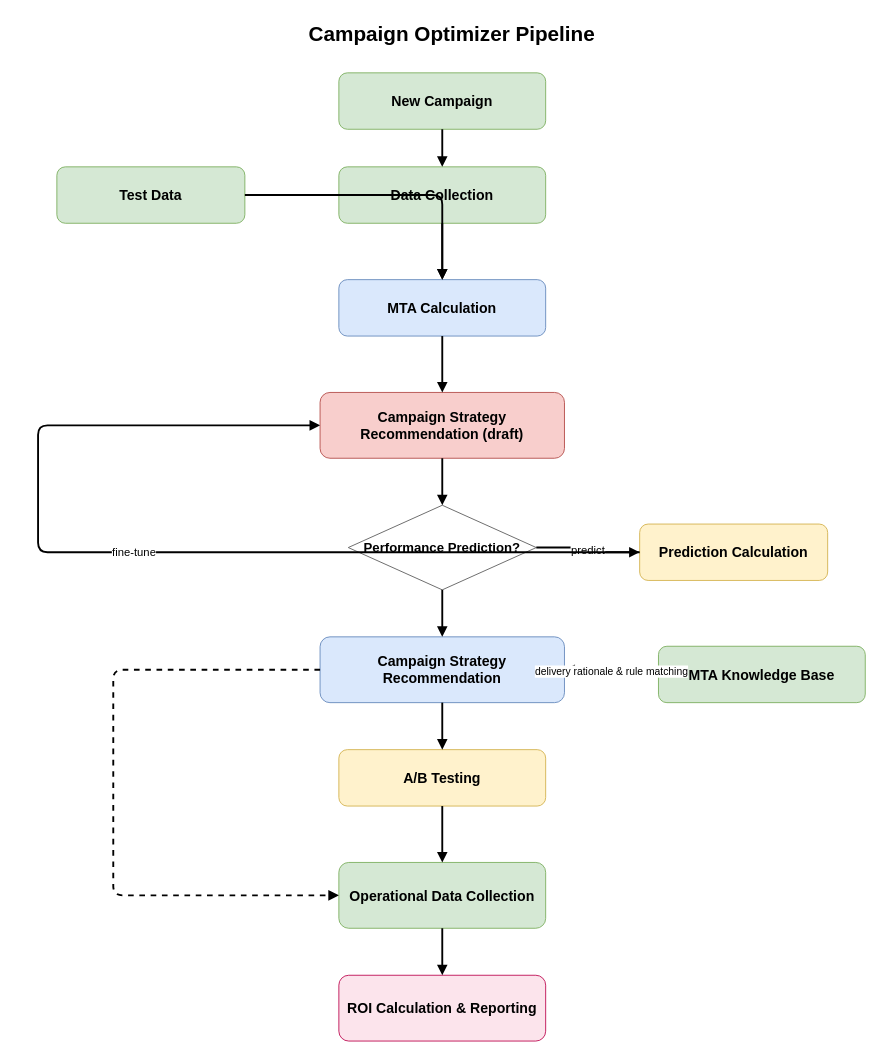
This is docs/en/mta-optimizer-pipeline.drawio from Trance-0/MTA-strategy-optimizer, a draw.io file, before an edit. Source tidied: cells renumbered, new cells numbered last; positions are measured from the earlier drawing's top-left corner, leaving out a move shared by most shapes. Both pictures are drawn from the tidied source at 94%, with x=0, y=0 at pixel (38, 16).
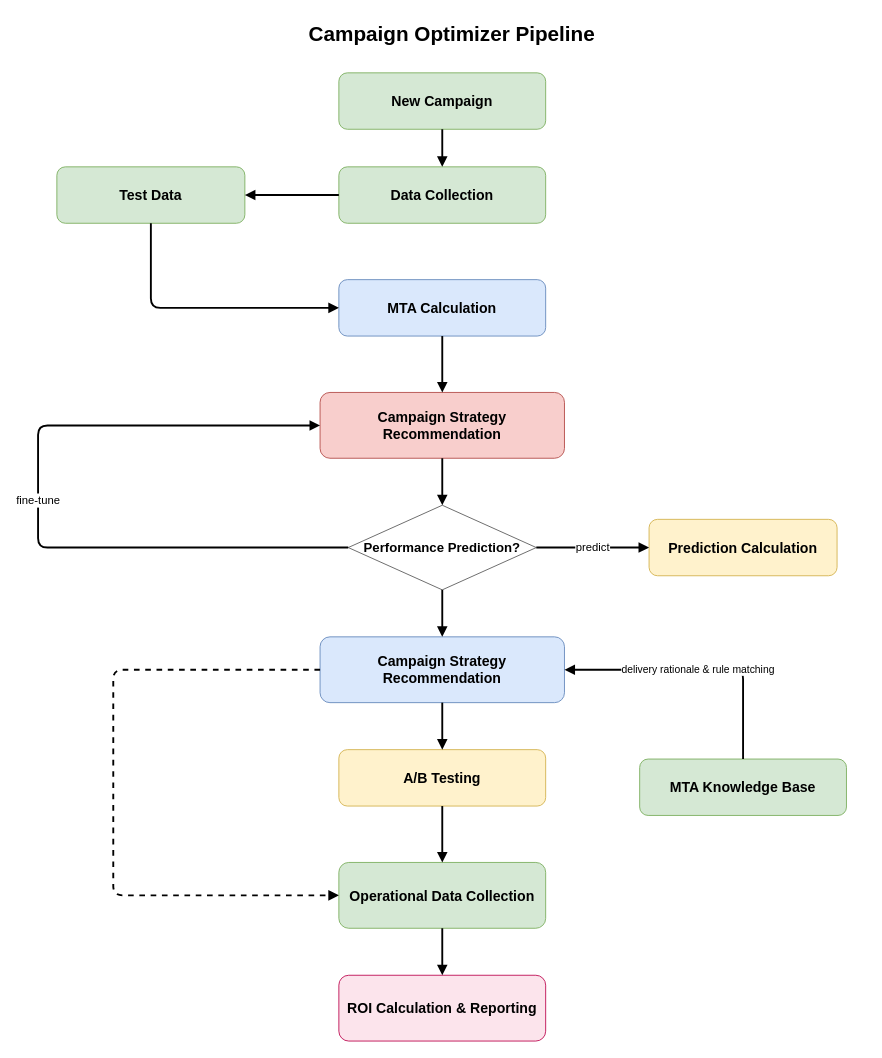
Above is the later version.

Unchanged cells that the change refers to:
```xml
<mxCell id="4" value="Data Collection" style="rounded=1;whiteSpace=wrap;html=1;fillColor=#D5E8D4;strokeColor=#82B366;fontSize=15;fontStyle=1;" parent="1" vertex="1">
  <mxGeometry x="320" y="160" width="220" height="60" as="geometry" />
</mxCell>
<mxCell id="5" value="Test Data" style="rounded=1;whiteSpace=wrap;html=1;fillColor=#D5E8D4;strokeColor=#82B366;fontSize=15;fontStyle=1;" parent="1" vertex="1">
  <mxGeometry x="20" y="160" width="200" height="60" as="geometry" />
</mxCell>
<mxCell id="6" value="MTA Calculation" style="rounded=1;whiteSpace=wrap;html=1;fillColor=#DAE8FC;strokeColor=#6C8EBF;fontSize=15;fontStyle=1;" parent="1" vertex="1">
  <mxGeometry x="320" y="280" width="220" height="60" as="geometry" />
</mxCell>
<mxCell id="8" value="Performance Prediction?" style="rhombus;whiteSpace=wrap;html=1;fillColor=#FFFFFF;strokeColor=#666666;fontSize=14;fontStyle=1;" parent="1" vertex="1">
  <mxGeometry x="330" y="520" width="200" height="90" as="geometry" />
</mxCell>
<mxCell id="10" value="Campaign Strategy Recommendation" style="rounded=1;whiteSpace=wrap;html=1;fillColor=#DAE8FC;strokeColor=#6C8EBF;fontSize=15;fontStyle=1;" parent="1" vertex="1">
  <mxGeometry x="300" y="660" width="260" height="70" as="geometry" />
</mxCell>
```

The edit, as a diff of the source:
```diff
@@
-    <mxCell id="7" value="Campaign Strategy Recommendation (draft)" style="rounded=1;whiteSpace=wrap;html=1;fillColor=#F8CECC;strokeColor=#B85450;fontSize=15;fontStyle=1;" parent="1" vertex="1">
+    <mxCell id="7" value="Campaign Strategy Recommendation" style="rounded=1;whiteSpace=wrap;html=1;fillColor=#F8CECC;strokeColor=#B85450;fontSize=15;fontStyle=1;" parent="1" vertex="1">
       <mxGeometry x="300" y="400" width="260" height="70" as="geometry" />
     </mxCell>
@@
     <mxCell id="9" value="Prediction Calculation" style="rounded=1;whiteSpace=wrap;html=1;fillColor=#FFF2CC;strokeColor=#D6B656;fontSize=15;fontStyle=1;" parent="1" vertex="1">
-      <mxGeometry x="640" y="540" width="200" height="60" as="geometry" />
+      <mxGeometry x="650" y="535" width="200" height="60" as="geometry" />
     </mxCell>
@@
     <mxCell id="11" value="MTA Knowledge Base" style="rounded=1;whiteSpace=wrap;html=1;fillColor=#D5E8D4;strokeColor=#82B366;fontSize=15;fontStyle=1;" parent="1" vertex="1">
-      <mxGeometry x="660" y="670" width="220" height="60" as="geometry" />
+      <mxGeometry x="640" y="790" width="220" height="60" as="geometry" />
     </mxCell>
@@
     <mxCell id="16" style="edgeStyle=orthogonalEdgeStyle;html=1;endArrow=block;strokeWidth=2;" parent="1" edge="1" source="5" target="6">
-      <mxGeometry relative="1" as="geometry" />
+      <mxGeometry relative="1" as="geometry">
+        <Array as="points">
+          <mxPoint x="120" y="310" />
+        </Array>
+      </mxGeometry>
     </mxCell>
-    <mxCell id="17" style="edgeStyle=orthogonalEdgeStyle;html=1;endArrow=block;strokeWidth=2;" parent="1" edge="1" source="4" target="6">
+    <mxCell id="17" style="edgeStyle=orthogonalEdgeStyle;html=1;endArrow=block;strokeWidth=2;entryX=1;entryY=0.5;entryDx=0;entryDy=0;" parent="1" edge="1" source="4" target="5">
       <mxGeometry relative="1" as="geometry" />
     </mxCell>
@@
-    <mxCell id="21" value="fine-tune" style="edgeStyle=orthogonalEdgeStyle;html=1;endArrow=block;strokeWidth=2;fontSize=12;" parent="1" edge="1" source="9" target="7">
+    <mxCell id="21" value="fine-tune" style="edgeStyle=orthogonalEdgeStyle;html=1;endArrow=block;strokeWidth=2;fontSize=12;exitX=0;exitY=0.5;exitDx=0;exitDy=0;" parent="1" edge="1" source="8" target="7">
       <mxGeometry relative="1" as="geometry">
         <Array as="points">
-          <mxPoint y="570" />
-          <mxPoint y="435" />
+          <mxPoint y="565" />
+          <mxPoint y="435.1" />
         </Array>
       </mxGeometry>
     </mxCell>
@@
     <mxCell id="23" value="delivery rationale &amp; rule matching" style="edgeStyle=orthogonalEdgeStyle;html=1;endArrow=block;strokeWidth=2;fontSize=11;" parent="1" edge="1" source="11" target="10">
-      <mxGeometry relative="1" as="geometry" />
+      <mxGeometry relative="1" as="geometry">
+        <Array as="points">
+          <mxPoint x="750.1" y="695" />
+        </Array>
+      </mxGeometry>
     </mxCell>
```
